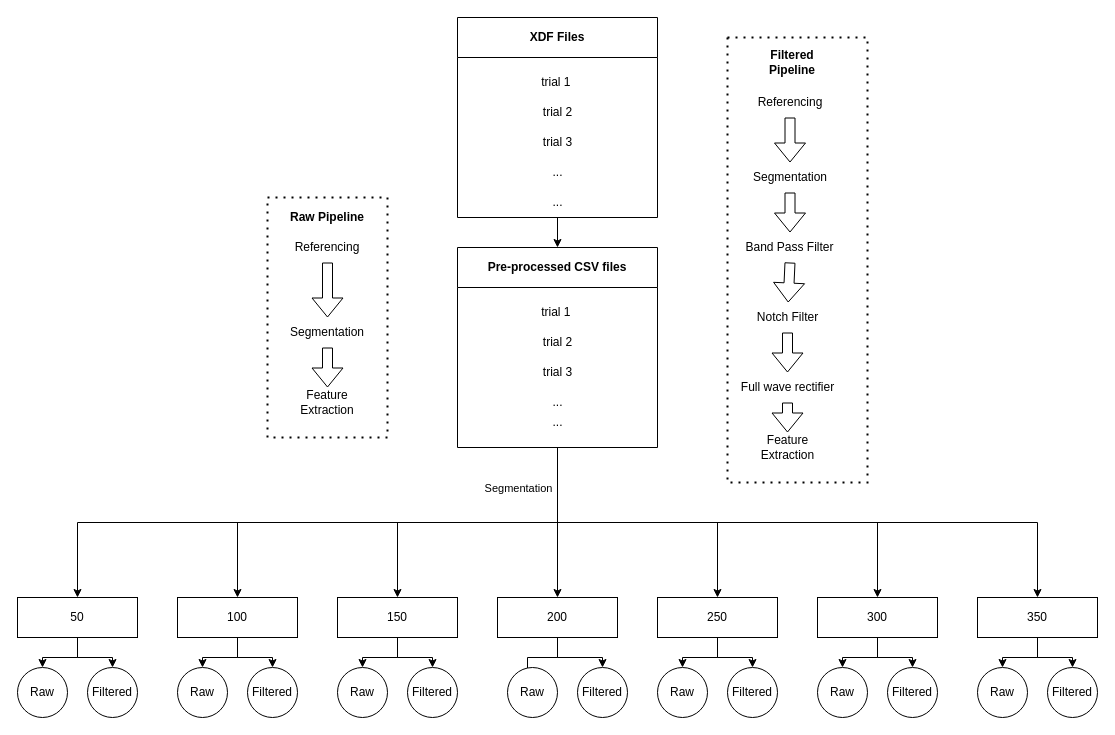
Above: Resources/data_prep.drawio in abhinav153/Undergrad_Thesis (draw.io), before the change. Source tidied: cells renumbered, new cells numbered last; positions are measured from the earlier drawing's top-left corner, leaving out a move shared by most shapes. Both pictures are drawn from the tidied source at 100%, with x=0, y=0 at pixel (17, 17).
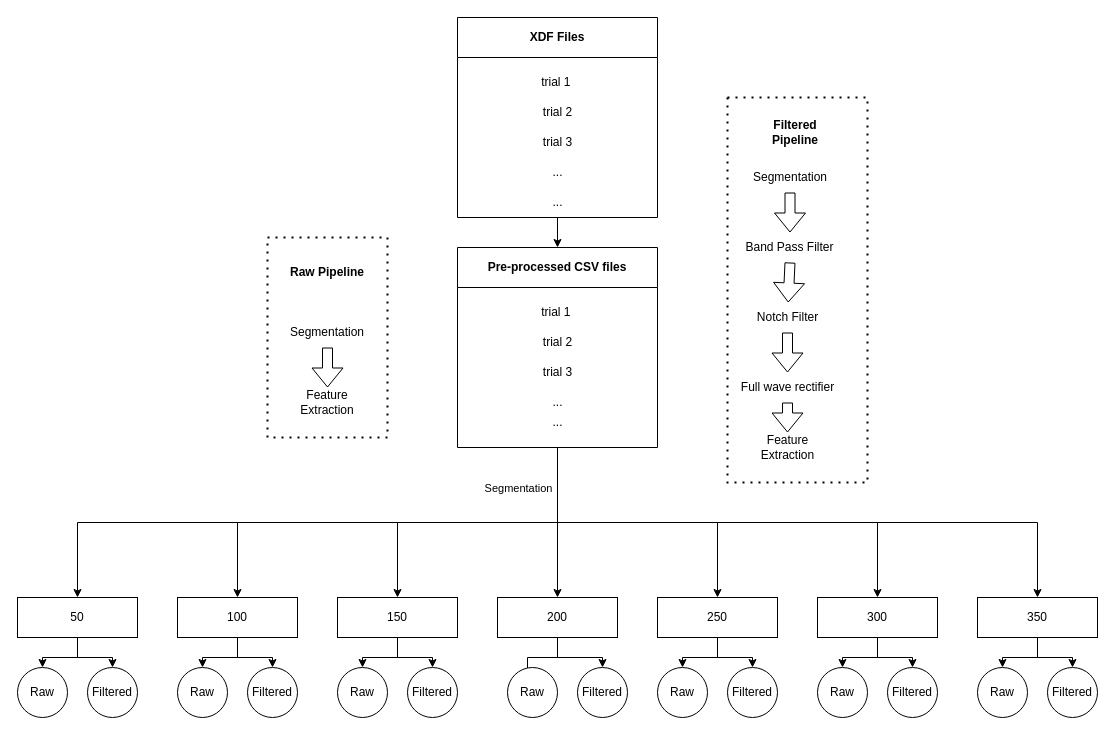
The same diagram, later.

The change refers to these unchanged cells:
```xml
<mxCell id="59" value="Segmentation" style="text;html=1;strokeColor=none;fillColor=none;align=center;verticalAlign=middle;whiteSpace=wrap;rounded=0;" parent="1" vertex="1">
  <mxGeometry x="280" y="300" width="60" height="30" as="geometry" />
</mxCell>
<mxCell id="63" value="Segmentation" style="text;html=1;strokeColor=none;fillColor=none;align=center;verticalAlign=middle;whiteSpace=wrap;rounded=0;" parent="1" vertex="1">
  <mxGeometry x="742.5" y="145" width="60" height="30" as="geometry" />
</mxCell>
```

Change to the diagram source:
```diff
@@
     <mxCell id="58" value="Raw Pipeline" style="text;html=1;strokeColor=none;fillColor=none;align=center;verticalAlign=middle;whiteSpace=wrap;rounded=0;fontStyle=1;" parent="1" vertex="1">
-      <mxGeometry x="270" y="185" width="80" height="30" as="geometry" />
+      <mxGeometry x="270" y="240" width="80" height="30" as="geometry" />
     </mxCell>
@@
     <mxCell id="62" value="Filtered Pipeline" style="text;html=1;strokeColor=none;fillColor=none;align=center;verticalAlign=middle;whiteSpace=wrap;rounded=0;fontStyle=1;" parent="1" vertex="1">
-      <mxGeometry x="730" y="30" width="90" height="30" as="geometry" />
+      <mxGeometry x="732.5" y="100" width="90" height="30" as="geometry" />
     </mxCell>
@@
     <mxCell id="72" style="endArrow=none;dashed=1;html=1;dashPattern=1 3;strokeWidth=2;rounded=0;" parent="1" edge="1">
       <mxGeometry relative="1" as="geometry">
         <mxPoint x="370" y="420" as="sourcePoint" />
         <mxPoint x="370" y="420" as="targetPoint" />
         <Array as="points">
           <mxPoint x="250" y="420" />
-          <mxPoint x="250" y="180" />
-          <mxPoint x="370" y="180" />
+          <mxPoint x="250" y="220" />
+          <mxPoint x="370" y="220" />
         </Array>
       </mxGeometry>
     </mxCell>
     <mxCell id="73" style="endArrow=none;dashed=1;html=1;dashPattern=1 3;strokeWidth=2;rounded=0;" parent="1" edge="1">
       <mxGeometry relative="1" as="geometry">
-        <mxPoint x="710" y="20" as="sourcePoint" />
-        <mxPoint x="710" y="20" as="targetPoint" />
+        <mxPoint x="710" y="80" as="sourcePoint" />
+        <mxPoint x="710" y="80" as="targetPoint" />
         <Array as="points">
-          <mxPoint x="850" y="20" />
+          <mxPoint x="850" y="80" />
           <mxPoint x="850" y="265" />
           <mxPoint x="850" y="465" />
           <mxPoint x="710" y="465" />
         </Array>
       </mxGeometry>
     </mxCell>
-    <mxCell id="74" value="Referencing" style="text;html=1;strokeColor=none;fillColor=none;align=center;verticalAlign=middle;whiteSpace=wrap;rounded=0;" parent="1" vertex="1">
-      <mxGeometry x="280" y="215" width="60" height="30" as="geometry" />
-    </mxCell>
-    <mxCell id="75" style="shape=flexArrow;endArrow=classic;html=1;rounded=0;exitX=0.5;exitY=1;exitDx=0;exitDy=0;" parent="1" edge="1" source="74" target="59">
-      <mxGeometry relative="1" as="geometry" />
-    </mxCell>
-    <mxCell id="76" value="Referencing" style="text;html=1;strokeColor=none;fillColor=none;align=center;verticalAlign=middle;whiteSpace=wrap;rounded=0;" parent="1" vertex="1">
-      <mxGeometry x="742.5" y="70" width="60" height="30" as="geometry" />
-    </mxCell>
-    <mxCell id="77" style="shape=flexArrow;endArrow=classic;html=1;rounded=0;exitX=0.5;exitY=1;exitDx=0;exitDy=0;entryX=0.5;entryY=0;entryDx=0;entryDy=0;" parent="1" edge="1" source="76" target="63">
-      <mxGeometry relative="1" as="geometry" />
-    </mxCell>
```
